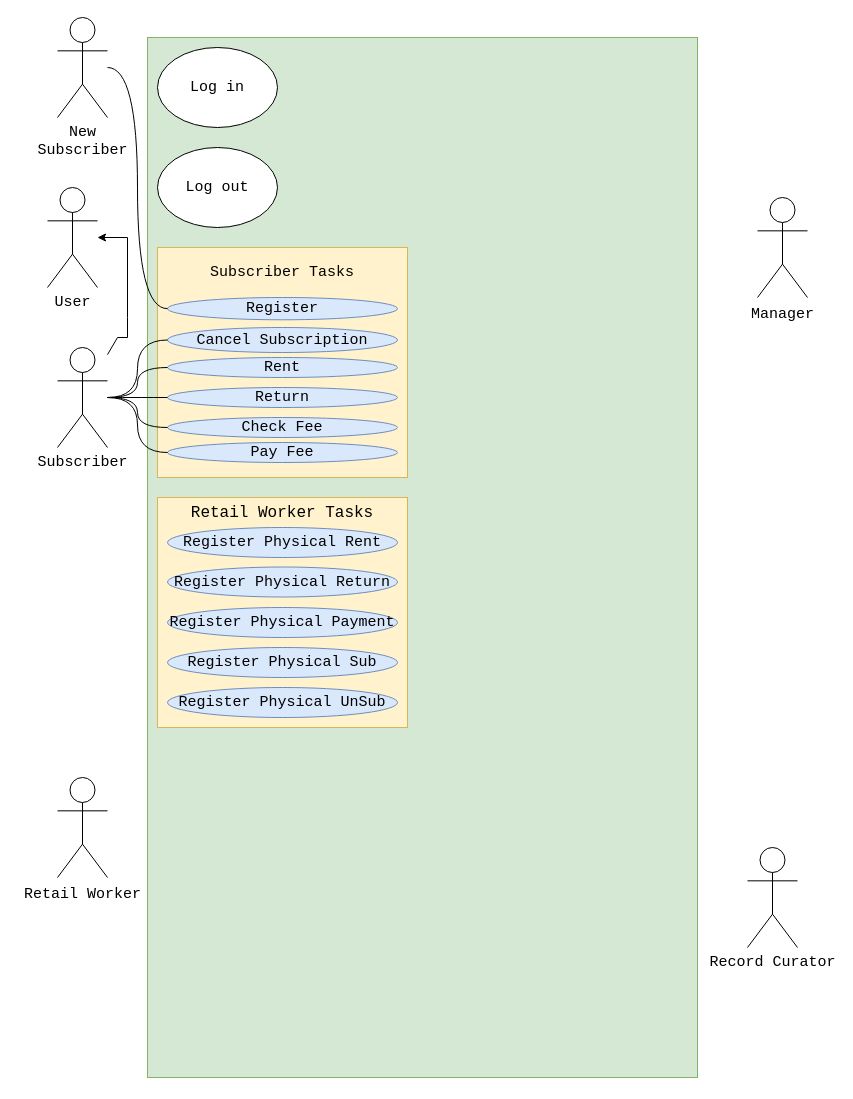
This is Software-Requirement-and-Design/slides/Untitled Diagram.drawio from CoffeeCat1920/Semester-3, a draw.io file, before an edit. Source tidied: cells renumbered, new cells numbered last; positions are measured from the earlier drawing's top-left corner, leaving out a move shared by most shapes. Both pictures are drawn from the tidied source at 100%, with x=0, y=0 at pixel (47, 17).
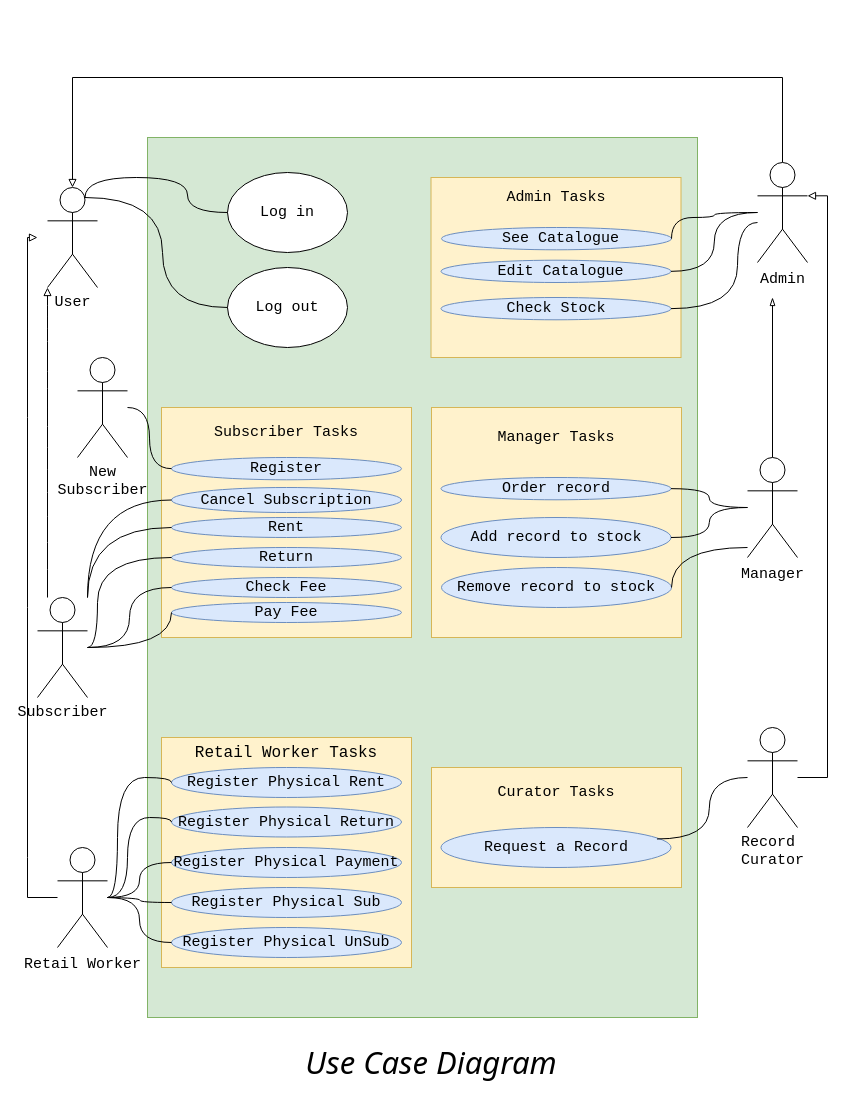
After the change.

The change refers to these unchanged cells:
```xml
<mxCell id="30" value="&lt;div&gt;&lt;font style=&quot;font-size: 15px;&quot; face=&quot;Courier New&quot;&gt;User&lt;/font&gt;&lt;/div&gt;" style="shape=umlActor;verticalLabelPosition=bottom;verticalAlign=top;html=1;outlineConnect=0;" parent="1" vertex="1">
  <mxGeometry y="170" width="50" height="100" as="geometry" />
</mxCell>
```

What changed in the source:
```diff
@@
     <mxCell id="2" value="&lt;div&gt;&lt;font style=&quot;font-size: 15px;&quot; face=&quot;Courier New&quot;&gt;Subscriber&lt;/font&gt;&lt;/div&gt;" style="shape=umlActor;verticalLabelPosition=bottom;verticalAlign=top;html=1;outlineConnect=0;" parent="1" vertex="1">
-      <mxGeometry x="10" y="330" width="50" height="100" as="geometry" />
+      <mxGeometry x="-10" y="580" width="50" height="100" as="geometry" />
     </mxCell>
     <mxCell id="3" value="&lt;font style=&quot;font-size: 15px;&quot; face=&quot;Courier New&quot;&gt;Retail Worker&lt;/font&gt;&lt;font style=&quot;font-size: 15px;&quot;&gt;&lt;br&gt;&lt;/font&gt;" style="shape=umlActor;verticalLabelPosition=bottom;verticalAlign=top;html=1;outlineConnect=0;" parent="1" vertex="1">
-      <mxGeometry x="10" y="760" width="50" height="100" as="geometry" />
+      <mxGeometry x="10" y="830" width="50" height="100" as="geometry" />
     </mxCell>
+    <mxCell id="33" style="edgeStyle=orthogonalEdgeStyle;rounded=0;jettySize=auto;html=1;endArrow=blockThin;endFill=0;" parent="1" edge="1" source="4">
+      <mxGeometry relative="1" as="geometry">
+        <mxPoint x="725" y="280" as="targetPoint" />
+      </mxGeometry>
+    </mxCell>
     <mxCell id="4" value="&lt;div style=&quot;font-size: 15px;&quot;&gt;&lt;font style=&quot;font-size: 15px;&quot; face=&quot;Courier New&quot;&gt;Manager&lt;/font&gt;&lt;/div&gt;" style="shape=umlActor;verticalLabelPosition=bottom;verticalAlign=top;html=1;outlineConnect=0;" parent="1" vertex="1">
-      <mxGeometry x="710" y="180" width="50" height="100" as="geometry" />
+      <mxGeometry x="700" y="440" width="50" height="100" as="geometry" />
     </mxCell>
-    <mxCell id="5" value="&lt;font style=&quot;font-size: 15px;&quot; face=&quot;Courier New&quot;&gt;Record Curator&lt;br&gt;&lt;/font&gt;" style="shape=umlActor;verticalLabelPosition=bottom;verticalAlign=top;html=1;outlineConnect=0;" parent="1" vertex="1">
-      <mxGeometry x="700" y="830" width="50" height="100" as="geometry" />
+    <mxCell id="5" value="&lt;div&gt;&lt;font style=&quot;font-size: 15px;&quot; face=&quot;Courier New&quot;&gt;Record&amp;nbsp;&lt;/font&gt;&lt;/div&gt;&lt;div&gt;&lt;font style=&quot;font-size: 15px;&quot; face=&quot;Courier New&quot;&gt;Curator&lt;/font&gt;&lt;/div&gt;" style="shape=umlActor;verticalLabelPosition=bottom;verticalAlign=top;html=1;outlineConnect=0;" parent="1" vertex="1">
+      <mxGeometry x="700" y="710" width="50" height="100" as="geometry" />
     </mxCell>
     <mxCell id="6" style="rounded=0;whiteSpace=wrap;html=1;fillColor=#d5e8d4;strokeColor=#82b366;" parent="1" vertex="1">
-      <mxGeometry x="100" y="20" width="550" height="1040" as="geometry" />
+      <mxGeometry x="100" y="120" width="550" height="880" as="geometry" />
     </mxCell>
     <mxCell id="7" value="&lt;font style=&quot;font-size: 15px;&quot;&gt;Log in&lt;br&gt;&lt;/font&gt;" style="ellipse;whiteSpace=wrap;html=1;fontFamily=Courier New;" parent="1" vertex="1">
-      <mxGeometry x="110" y="30" width="120" height="80" as="geometry" />
+      <mxGeometry x="180" y="155" width="120" height="80" as="geometry" />
     </mxCell>
     <mxCell id="8" value="&lt;font style=&quot;font-size: 15px;&quot;&gt;Log out&lt;br&gt;&lt;/font&gt;" style="ellipse;whiteSpace=wrap;html=1;fontFamily=Courier New;" parent="1" vertex="1">
-      <mxGeometry x="110" y="130" width="120" height="80" as="geometry" />
+      <mxGeometry x="180" y="250" width="120" height="80" as="geometry" />
     </mxCell>
     <mxCell id="9" style="rounded=0;whiteSpace=wrap;html=1;fillColor=#fff2cc;strokeColor=#d6b656;" parent="1" vertex="1">
-      <mxGeometry x="110" y="230" width="250" height="230" as="geometry" />
+      <mxGeometry x="114" y="390" width="250" height="230" as="geometry" />
     </mxCell>
     <mxCell id="10" value="&lt;font style=&quot;font-size: 15px;&quot;&gt;Register&lt;br&gt;&lt;/font&gt;" style="ellipse;whiteSpace=wrap;html=1;fontFamily=Courier New;fillColor=#dae8fc;strokeColor=#6c8ebf;" parent="1" vertex="1">
-      <mxGeometry x="120" y="280" width="230" height="22.3" as="geometry" />
+      <mxGeometry x="124" y="440" width="230" height="22.3" as="geometry" />
     </mxCell>
     <mxCell id="11" value="&lt;font style=&quot;font-size: 15px;&quot; face=&quot;Courier New&quot;&gt;Subscriber Tasks&lt;br&gt;&lt;/font&gt;" style="text;html=1;align=center;verticalAlign=middle;whiteSpace=wrap;rounded=0;" parent="1" vertex="1">
-      <mxGeometry x="160" y="240" width="150" height="30" as="geometry" />
+      <mxGeometry x="164" y="400" width="150" height="30" as="geometry" />
     </mxCell>
     <mxCell id="12" value="&lt;font style=&quot;font-size: 15px;&quot;&gt;Rent&lt;br&gt;&lt;/font&gt;" style="ellipse;whiteSpace=wrap;html=1;fontFamily=Courier New;fillColor=#dae8fc;strokeColor=#6c8ebf;" parent="1" vertex="1">
-      <mxGeometry x="120" y="340" width="230" height="20" as="geometry" />
+      <mxGeometry x="124" y="500" width="230" height="20" as="geometry" />
     </mxCell>
     <mxCell id="13" value="&lt;font style=&quot;font-size: 15px;&quot;&gt;Return&lt;br&gt;&lt;/font&gt;" style="ellipse;whiteSpace=wrap;html=1;fontFamily=Courier New;fillColor=#dae8fc;strokeColor=#6c8ebf;" parent="1" vertex="1">
-      <mxGeometry x="120" y="370" width="230" height="20" as="geometry" />
+      <mxGeometry x="124" y="530" width="230" height="20" as="geometry" />
     </mxCell>
     <mxCell id="14" value="&lt;div style=&quot;font-size: 15px;&quot;&gt;&lt;font style=&quot;font-size: 15px;&quot;&gt;Cancel Subscription&lt;/font&gt;&lt;/div&gt;" style="ellipse;whiteSpace=wrap;html=1;fontFamily=Courier New;fillColor=#dae8fc;strokeColor=#6c8ebf;" parent="1" vertex="1">
-      <mxGeometry x="120" y="310" width="230" height="25" as="geometry" />
+      <mxGeometry x="124" y="470" width="230" height="25" as="geometry" />
     </mxCell>
     <mxCell id="15" value="&lt;font style=&quot;font-size: 15px;&quot;&gt;Check Fee&lt;br&gt;&lt;/font&gt;" style="ellipse;whiteSpace=wrap;html=1;fontFamily=Courier New;fillColor=#dae8fc;strokeColor=#6c8ebf;" parent="1" vertex="1">
-      <mxGeometry x="120" y="400" width="230" height="20" as="geometry" />
+      <mxGeometry x="124" y="560" width="230" height="20" as="geometry" />
     </mxCell>
     <mxCell id="16" value="&lt;font style=&quot;font-size: 15px;&quot;&gt;Pay Fee&lt;br&gt;&lt;/font&gt;" style="ellipse;whiteSpace=wrap;html=1;fontFamily=Courier New;fillColor=#dae8fc;strokeColor=#6c8ebf;" parent="1" vertex="1">
-      <mxGeometry x="120" y="425" width="230" height="20" as="geometry" />
+      <mxGeometry x="124" y="585" width="230" height="20" as="geometry" />
     </mxCell>
     <mxCell id="17" value="&lt;div&gt;&lt;font style=&quot;font-size: 15px;&quot; face=&quot;Courier New&quot;&gt;New&lt;/font&gt;&lt;/div&gt;&lt;div&gt;&lt;font style=&quot;font-size: 15px;&quot; face=&quot;Courier New&quot;&gt;Subscriber&lt;/font&gt;&lt;/div&gt;" style="shape=umlActor;verticalLabelPosition=bottom;verticalAlign=top;html=1;outlineConnect=0;" parent="1" vertex="1">
-      <mxGeometry x="10" width="50" height="100" as="geometry" />
+      <mxGeometry x="30" y="340" width="50" height="100" as="geometry" />
     </mxCell>
     <mxCell id="18" style="endArrow=none;html=1;rounded=0;entryX=0;entryY=0.5;entryDx=0;entryDy=0;edgeStyle=orthogonalEdgeStyle;curved=1;" parent="1" edge="1" source="2" target="12">
-      <mxGeometry relative="1" as="geometry" />
+      <mxGeometry relative="1" as="geometry">
+        <Array as="points">
+          <mxPoint x="40" y="510" />
+        </Array>
+      </mxGeometry>
     </mxCell>
     <mxCell id="19" style="endArrow=none;html=1;rounded=0;entryX=0;entryY=0.5;entryDx=0;entryDy=0;edgeStyle=orthogonalEdgeStyle;curved=1;" parent="1" edge="1" source="2" target="14">
-      <mxGeometry relative="1" as="geometry" />
+      <mxGeometry relative="1" as="geometry">
+        <Array as="points">
+          <mxPoint x="40" y="483" />
+        </Array>
+      </mxGeometry>
     </mxCell>
     <mxCell id="20" style="endArrow=none;html=1;rounded=0;entryX=0;entryY=0.5;entryDx=0;entryDy=0;edgeStyle=orthogonalEdgeStyle;curved=1;" parent="1" edge="1" source="2" target="13">
-      <mxGeometry relative="1" as="geometry" />
+      <mxGeometry relative="1" as="geometry">
+        <Array as="points">
+          <mxPoint x="50" y="630" />
+          <mxPoint x="50" y="540" />
+        </Array>
+      </mxGeometry>
     </mxCell>
     <mxCell id="21" style="endArrow=none;html=1;rounded=0;entryX=0;entryY=0.5;entryDx=0;entryDy=0;edgeStyle=orthogonalEdgeStyle;curved=1;" parent="1" edge="1" source="2" target="15">
-      <mxGeometry relative="1" as="geometry" />
+      <mxGeometry relative="1" as="geometry">
+        <Array as="points">
+          <mxPoint x="82" y="630" />
+          <mxPoint x="82" y="570" />
+        </Array>
+      </mxGeometry>
     </mxCell>
     <mxCell id="22" style="endArrow=none;html=1;rounded=0;entryX=0;entryY=0.5;entryDx=0;entryDy=0;edgeStyle=orthogonalEdgeStyle;curved=1;" parent="1" edge="1" source="17" target="10">
-      <mxGeometry relative="1" as="geometry" />
+      <mxGeometry relative="1" as="geometry">
+        <Array as="points">
+          <mxPoint x="102" y="390" />
+          <mxPoint x="102" y="451" />
+        </Array>
+      </mxGeometry>
     </mxCell>
     <mxCell id="23" style="rounded=0;whiteSpace=wrap;html=1;fillColor=#fff2cc;strokeColor=#d6b656;" parent="1" vertex="1">
-      <mxGeometry x="110" y="480" width="250" height="230" as="geometry" />
+      <mxGeometry x="114" y="720" width="250" height="230" as="geometry" />
     </mxCell>
     <mxCell id="24" value="&lt;font style=&quot;font-size: 16px;&quot; face=&quot;Courier New&quot;&gt;Retail Worker Tasks&lt;/font&gt;&lt;font style=&quot;font-size: 16px;&quot;&gt;&lt;br&gt;&lt;/font&gt;" style="text;html=1;align=center;verticalAlign=middle;whiteSpace=wrap;rounded=0;" parent="1" vertex="1">
-      <mxGeometry x="130" y="480" width="210" height="30" as="geometry" />
+      <mxGeometry x="134" y="720" width="210" height="30" as="geometry" />
     </mxCell>
     <mxCell id="25" value="&lt;font style=&quot;font-size: 15px;&quot;&gt;Register Physical Rent&lt;br&gt;&lt;/font&gt;" style="ellipse;whiteSpace=wrap;html=1;fontFamily=Courier New;fillColor=#dae8fc;strokeColor=#6c8ebf;" parent="1" vertex="1">
-      <mxGeometry x="120" y="510" width="230" height="30" as="geometry" />
+      <mxGeometry x="124" y="750" width="230" height="30" as="geometry" />
     </mxCell>
     <mxCell id="26" value="&lt;font style=&quot;font-size: 15px;&quot;&gt;Register Physical Return&lt;br&gt;&lt;/font&gt;" style="ellipse;whiteSpace=wrap;html=1;fontFamily=Courier New;fillColor=#dae8fc;strokeColor=#6c8ebf;" parent="1" vertex="1">
-      <mxGeometry x="120" y="549.5" width="230" height="30" as="geometry" />
+      <mxGeometry x="124" y="789.5" width="230" height="30" as="geometry" />
     </mxCell>
     <mxCell id="27" value="&lt;font style=&quot;font-size: 15px;&quot;&gt;Register Physical Payment&lt;br&gt;&lt;/font&gt;" style="ellipse;whiteSpace=wrap;html=1;fontFamily=Courier New;fillColor=#dae8fc;strokeColor=#6c8ebf;" parent="1" vertex="1">
-      <mxGeometry x="120" y="590" width="230" height="30" as="geometry" />
+      <mxGeometry x="124" y="830" width="230" height="30" as="geometry" />
     </mxCell>
     <mxCell id="28" value="&lt;font style=&quot;font-size: 15px;&quot;&gt;Register Physical Sub&lt;br&gt;&lt;/font&gt;" style="ellipse;whiteSpace=wrap;html=1;fontFamily=Courier New;fillColor=#dae8fc;strokeColor=#6c8ebf;" parent="1" vertex="1">
-      <mxGeometry x="120" y="630" width="230" height="30" as="geometry" />
+      <mxGeometry x="124" y="870" width="230" height="30" as="geometry" />
     </mxCell>
     <mxCell id="29" value="&lt;font style=&quot;font-size: 15px;&quot;&gt;Register Physical UnSub&lt;br&gt;&lt;/font&gt;" style="ellipse;whiteSpace=wrap;html=1;fontFamily=Courier New;fillColor=#dae8fc;strokeColor=#6c8ebf;" parent="1" vertex="1">
-      <mxGeometry x="120" y="670" width="230" height="30" as="geometry" />
+      <mxGeometry x="124" y="910" width="230" height="30" as="geometry" />
     </mxCell>
@@
     <mxCell id="31" style="endArrow=none;html=1;rounded=0;entryX=0;entryY=0.5;entryDx=0;entryDy=0;edgeStyle=orthogonalEdgeStyle;curved=1;" parent="1" edge="1" source="2" target="16">
-      <mxGeometry relative="1" as="geometry" />
+      <mxGeometry relative="1" as="geometry">
+        <Array as="points">
+          <mxPoint x="124" y="630" />
+        </Array>
+      </mxGeometry>
     </mxCell>
+    <mxCell id="34" style="endArrow=block;html=1;rounded=0;endFill=0;" parent="1" edge="1" source="3">
+      <mxGeometry relative="1" as="geometry">
+        <mxPoint x="-10" y="220" as="targetPoint" />
+        <Array as="points">
+          <mxPoint x="-20" y="880" />
+          <mxPoint x="-20" y="840" />
+          <mxPoint x="-20" y="590" />
+          <mxPoint x="-20" y="400" />
+          <mxPoint x="-20" y="220" />
+        </Array>
+      </mxGeometry>
+    </mxCell>
+    <mxCell id="35" style="endArrow=none;html=1;rounded=0;entryX=0;entryY=0.5;entryDx=0;entryDy=0;edgeStyle=orthogonalEdgeStyle;curved=1;" parent="1" edge="1" source="3" target="25">
+      <mxGeometry relative="1" as="geometry">
+        <Array as="points">
+          <mxPoint x="70" y="880" />
+          <mxPoint x="70" y="760" />
+          <mxPoint x="124" y="760" />
+        </Array>
+      </mxGeometry>
+    </mxCell>
+    <mxCell id="36" style="endArrow=none;html=1;rounded=0;entryX=0;entryY=0.5;entryDx=0;entryDy=0;edgeStyle=orthogonalEdgeStyle;curved=1;" parent="1" edge="1" source="3" target="26">
+      <mxGeometry relative="1" as="geometry">
+        <Array as="points">
+          <mxPoint x="80" y="880" />
+          <mxPoint x="80" y="800" />
+          <mxPoint x="124" y="800" />
+        </Array>
+      </mxGeometry>
+    </mxCell>
+    <mxCell id="37" style="endArrow=none;html=1;rounded=0;entryX=0;entryY=0.5;entryDx=0;entryDy=0;edgeStyle=orthogonalEdgeStyle;curved=1;" parent="1" edge="1" source="3" target="27">
+      <mxGeometry relative="1" as="geometry" />
+    </mxCell>
+    <mxCell id="38" style="endArrow=none;html=1;rounded=0;entryX=0;entryY=0.5;entryDx=0;entryDy=0;edgeStyle=orthogonalEdgeStyle;curved=1;" parent="1" edge="1" target="28">
+      <mxGeometry relative="1" as="geometry">
+        <mxPoint x="60" y="880" as="sourcePoint" />
+      </mxGeometry>
+    </mxCell>
+    <mxCell id="39" style="endArrow=none;html=1;rounded=0;entryX=0;entryY=0.5;entryDx=0;entryDy=0;edgeStyle=orthogonalEdgeStyle;curved=1;" parent="1" edge="1" source="3" target="29">
+      <mxGeometry relative="1" as="geometry" />
+    </mxCell>
+    <mxCell id="40" style="rounded=0;whiteSpace=wrap;html=1;fillColor=#fff2cc;strokeColor=#d6b656;" parent="1" vertex="1">
+      <mxGeometry x="384" y="390" width="250" height="230" as="geometry" />
+    </mxCell>
+    <mxCell id="41" value="&lt;font style=&quot;font-size: 15px;&quot; face=&quot;Courier New&quot;&gt;Manager Tasks&lt;br&gt;&lt;/font&gt;" style="text;html=1;align=center;verticalAlign=middle;whiteSpace=wrap;rounded=0;" parent="1" vertex="1">
+      <mxGeometry x="434" y="405" width="150" height="30" as="geometry" />
+    </mxCell>
+    <mxCell id="42" value="&lt;font style=&quot;font-size: 15px;&quot;&gt;Order record&lt;br&gt;&lt;/font&gt;" style="ellipse;whiteSpace=wrap;html=1;fontFamily=Courier New;fillColor=#dae8fc;strokeColor=#6c8ebf;" parent="1" vertex="1">
+      <mxGeometry x="393.5" y="460" width="230" height="22.3" as="geometry" />
+    </mxCell>
+    <mxCell id="43" style="endArrow=none;html=1;rounded=0;entryX=0;entryY=0.5;entryDx=0;entryDy=0;exitX=0.75;exitY=0.1;exitDx=0;exitDy=0;exitPerimeter=0;edgeStyle=orthogonalEdgeStyle;curved=1;" parent="1" edge="1" source="30" target="7">
+      <mxGeometry relative="1" as="geometry">
+        <Array as="points">
+          <mxPoint x="38" y="160" />
+          <mxPoint x="140" y="160" />
+          <mxPoint x="140" y="195" />
+        </Array>
+      </mxGeometry>
+    </mxCell>
+    <mxCell id="44" style="endArrow=none;html=1;rounded=0;entryX=0;entryY=0.5;entryDx=0;entryDy=0;exitX=0.75;exitY=0.1;exitDx=0;exitDy=0;exitPerimeter=0;edgeStyle=orthogonalEdgeStyle;curved=1;" parent="1" edge="1" source="30" target="8">
+      <mxGeometry relative="1" as="geometry" />
+    </mxCell>
+    <mxCell id="45" style="endArrow=block;html=1;rounded=0;exitX=0.5;exitY=0;exitDx=0;exitDy=0;exitPerimeter=0;entryX=0.5;entryY=0;entryDx=0;entryDy=0;entryPerimeter=0;endFill=0;edgeStyle=elbowEdgeStyle;" parent="1" edge="1" source="46" target="30">
+      <mxGeometry relative="1" as="geometry">
+        <Array as="points">
+          <mxPoint x="390" y="60" />
+        </Array>
+      </mxGeometry>
+    </mxCell>
-    <mxCell id="32" style="endArrow=classic;html=1;rounded=0;" parent="1" edge="1" source="2" target="30">
+    <mxCell id="32" style="endArrow=block;html=1;rounded=0;edgeStyle=orthogonalEdgeStyle;curved=1;endFill=0;" parent="1" edge="1" source="2" target="30">
       <mxGeometry relative="1" as="geometry">
         <Array as="points">
-          <mxPoint x="70" y="320" />
-          <mxPoint x="80" y="320" />
-          <mxPoint x="80" y="300" />
-          <mxPoint x="80" y="220" />
+          <mxPoint y="350" />
+          <mxPoint y="350" />
         </Array>
       </mxGeometry>
     </mxCell>
+    <mxCell id="46" value="&lt;div style=&quot;font-size: 15px;&quot;&gt;&lt;font style=&quot;font-size: 15px;&quot; face=&quot;Courier New&quot;&gt;Admin&lt;/font&gt;&lt;/div&gt;" style="shape=umlActor;verticalLabelPosition=bottom;verticalAlign=top;html=1;outlineConnect=0;" parent="1" vertex="1">
+      <mxGeometry x="710" y="145" width="50" height="100" as="geometry" />
+    </mxCell>
+    <mxCell id="47" style="rounded=0;whiteSpace=wrap;html=1;fillColor=#fff2cc;strokeColor=#d6b656;" parent="1" vertex="1">
+      <mxGeometry x="383.5" y="160" width="250" height="180" as="geometry" />
+    </mxCell>
+    <mxCell id="48" value="&lt;font style=&quot;font-size: 15px;&quot; face=&quot;Courier New&quot;&gt;Admin Tasks&lt;br&gt;&lt;/font&gt;" style="text;html=1;align=center;verticalAlign=middle;whiteSpace=wrap;rounded=0;" parent="1" vertex="1">
+      <mxGeometry x="434" y="165" width="150" height="30" as="geometry" />
+    </mxCell>
+    <mxCell id="49" value="&lt;font style=&quot;font-size: 15px;&quot;&gt;&amp;nbsp;See Catalogue&lt;br&gt;&lt;/font&gt;" style="ellipse;whiteSpace=wrap;html=1;fontFamily=Courier New;fillColor=#dae8fc;strokeColor=#6c8ebf;" parent="1" vertex="1">
+      <mxGeometry x="394" y="210" width="230" height="22.3" as="geometry" />
+    </mxCell>
+    <mxCell id="50" style="edgeStyle=orthogonalEdgeStyle;rounded=0;jettySize=auto;html=1;entryX=1;entryY=0.3333333333333333;entryDx=0;entryDy=0;entryPerimeter=0;endArrow=block;endFill=0;" parent="1" edge="1" source="5" target="46">
+      <mxGeometry relative="1" as="geometry">
+        <Array as="points">
+          <mxPoint x="780" y="760" />
+          <mxPoint x="780" y="178" />
+        </Array>
+      </mxGeometry>
+    </mxCell>
+    <mxCell id="51" value="&lt;font style=&quot;font-size: 15px;&quot;&gt;&amp;nbsp;Edit Catalogue&lt;br&gt;&lt;/font&gt;" style="ellipse;whiteSpace=wrap;html=1;fontFamily=Courier New;fillColor=#dae8fc;strokeColor=#6c8ebf;" parent="1" vertex="1">
+      <mxGeometry x="393.5" y="242.7" width="230" height="22.3" as="geometry" />
+    </mxCell>
+    <mxCell id="52" value="&lt;font style=&quot;font-size: 15px;&quot;&gt;&amp;nbsp;Check Stock&amp;nbsp; &lt;/font&gt;" style="ellipse;whiteSpace=wrap;html=1;fontFamily=Courier New;fillColor=#dae8fc;strokeColor=#6c8ebf;" parent="1" vertex="1">
+      <mxGeometry x="393.5" y="280" width="230" height="22.3" as="geometry" />
+    </mxCell>
+    <mxCell id="53" value="&lt;font style=&quot;font-size: 15px;&quot;&gt;Add record to stock&lt;br&gt;&lt;/font&gt;" style="ellipse;whiteSpace=wrap;html=1;fontFamily=Courier New;fillColor=#dae8fc;strokeColor=#6c8ebf;" parent="1" vertex="1">
+      <mxGeometry x="393.5" y="500" width="230" height="40" as="geometry" />
+    </mxCell>
+    <mxCell id="54" value="&lt;font style=&quot;font-size: 15px;&quot;&gt;Remove record to stock&lt;br&gt;&lt;/font&gt;" style="ellipse;whiteSpace=wrap;html=1;fontFamily=Courier New;fillColor=#dae8fc;strokeColor=#6c8ebf;" parent="1" vertex="1">
+      <mxGeometry x="394" y="550" width="230" height="40" as="geometry" />
+    </mxCell>
+    <mxCell id="55" style="rounded=0;whiteSpace=wrap;html=1;fillColor=#fff2cc;strokeColor=#d6b656;" parent="1" vertex="1">
+      <mxGeometry x="384" y="750" width="250" height="120" as="geometry" />
+    </mxCell>
+    <mxCell id="56" value="&lt;font style=&quot;font-size: 15px;&quot; face=&quot;Courier New&quot;&gt;Curator Tasks&lt;br&gt;&lt;/font&gt;" style="text;html=1;align=center;verticalAlign=middle;whiteSpace=wrap;rounded=0;" parent="1" vertex="1">
+      <mxGeometry x="433.5" y="760" width="150" height="30" as="geometry" />
+    </mxCell>
+    <mxCell id="57" value="&lt;font style=&quot;font-size: 15px;&quot;&gt;Request a Record&lt;br&gt;&lt;/font&gt;" style="ellipse;whiteSpace=wrap;html=1;fontFamily=Courier New;fillColor=#dae8fc;strokeColor=#6c8ebf;" parent="1" vertex="1">
+      <mxGeometry x="393.5" y="810" width="230" height="40" as="geometry" />
+    </mxCell>
+    <mxCell id="58" style="endArrow=none;html=1;rounded=0;exitX=1;exitY=0.5;exitDx=0;exitDy=0;edgeStyle=orthogonalEdgeStyle;curved=1;" parent="1" edge="1" source="51" target="46">
+      <mxGeometry relative="1" as="geometry" />
+    </mxCell>
+    <mxCell id="59" style="endArrow=none;html=1;rounded=0;exitX=1;exitY=0.5;exitDx=0;exitDy=0;edgeStyle=orthogonalEdgeStyle;curved=1;" parent="1" edge="1" source="52" target="46">
+      <mxGeometry relative="1" as="geometry">
+        <Array as="points">
+          <mxPoint x="690" y="291" />
+          <mxPoint x="690" y="205" />
+        </Array>
+      </mxGeometry>
+    </mxCell>
+    <mxCell id="60" style="endArrow=none;html=1;rounded=0;exitX=1;exitY=0.5;exitDx=0;exitDy=0;edgeStyle=orthogonalEdgeStyle;curved=1;" parent="1" edge="1" source="49" target="46">
+      <mxGeometry relative="1" as="geometry">
+        <Array as="points">
+          <mxPoint x="624" y="200" />
+          <mxPoint x="667" y="200" />
+          <mxPoint x="667" y="195" />
+        </Array>
+      </mxGeometry>
+    </mxCell>
+    <mxCell id="61" style="endArrow=none;html=1;rounded=0;exitX=1;exitY=0.5;exitDx=0;exitDy=0;edgeStyle=orthogonalEdgeStyle;curved=1;" parent="1" edge="1" source="42" target="4">
+      <mxGeometry relative="1" as="geometry" />
+    </mxCell>
+    <mxCell id="62" style="endArrow=none;html=1;rounded=0;exitX=1;exitY=0.5;exitDx=0;exitDy=0;edgeStyle=orthogonalEdgeStyle;curved=1;" parent="1" edge="1" source="53" target="4">
+      <mxGeometry relative="1" as="geometry" />
+    </mxCell>
+    <mxCell id="63" style="endArrow=none;html=1;rounded=0;exitX=1;exitY=0.5;exitDx=0;exitDy=0;edgeStyle=orthogonalEdgeStyle;curved=1;" parent="1" edge="1" source="54" target="4">
+      <mxGeometry relative="1" as="geometry">
+        <Array as="points">
+          <mxPoint x="624" y="530" />
+        </Array>
+      </mxGeometry>
+    </mxCell>
+    <mxCell id="64" style="endArrow=none;html=1;rounded=0;exitX=0.939;exitY=0.287;exitDx=0;exitDy=0;exitPerimeter=0;edgeStyle=orthogonalEdgeStyle;curved=1;" parent="1" edge="1" source="57" target="5">
+      <mxGeometry relative="1" as="geometry" />
+    </mxCell>
+    <mxCell id="65" value="&lt;i&gt;&lt;font face=&quot;Tahoma&quot; style=&quot;font-size: 31px;&quot;&gt;Use Case Diagram&lt;br&gt;&lt;/font&gt;&lt;/i&gt;" style="text;html=1;align=center;verticalAlign=middle;whiteSpace=wrap;rounded=0;" parent="1" vertex="1">
+      <mxGeometry x="224" y="1030" width="320" height="30" as="geometry" />
+    </mxCell>
```
